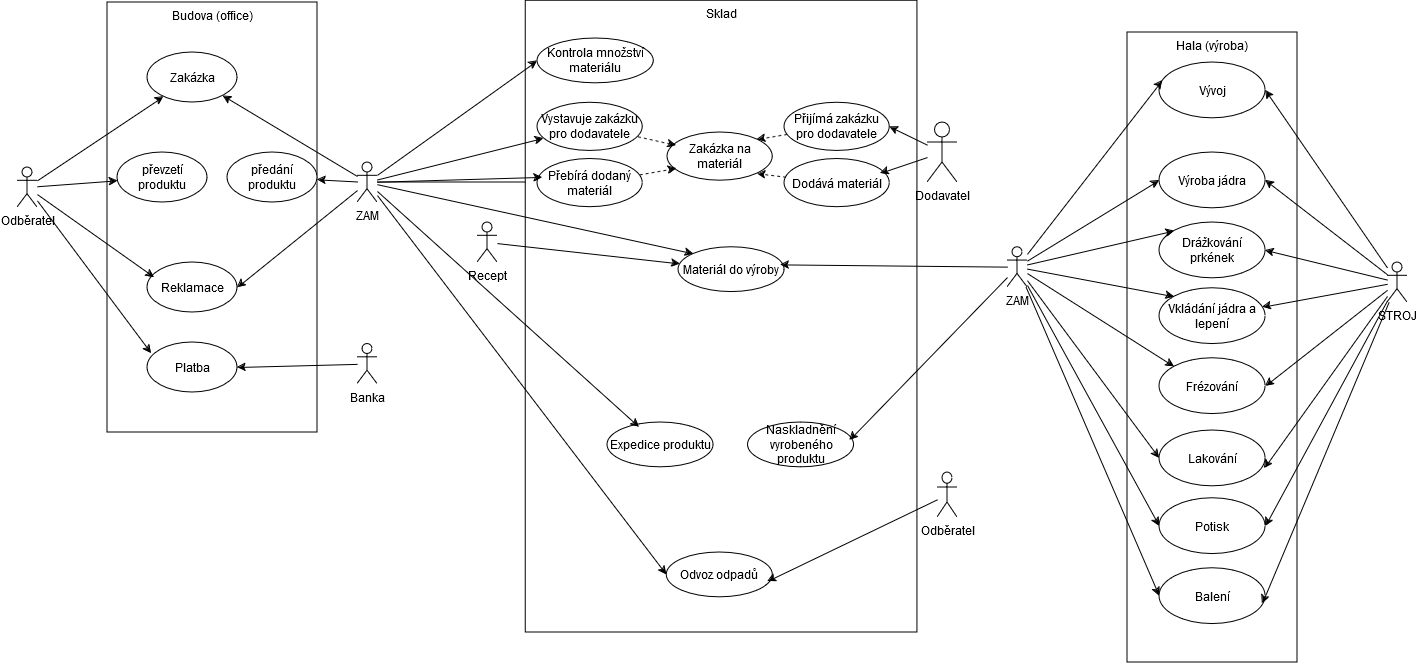
The draw.io diagram SW_ING/Tužka_usecase.png in KarelMasa/pg, before a commit. Source tidied: cells renumbered, new cells last; positions are measured from the earlier drawing's top-left corner, leaving out a move shared by most shapes.
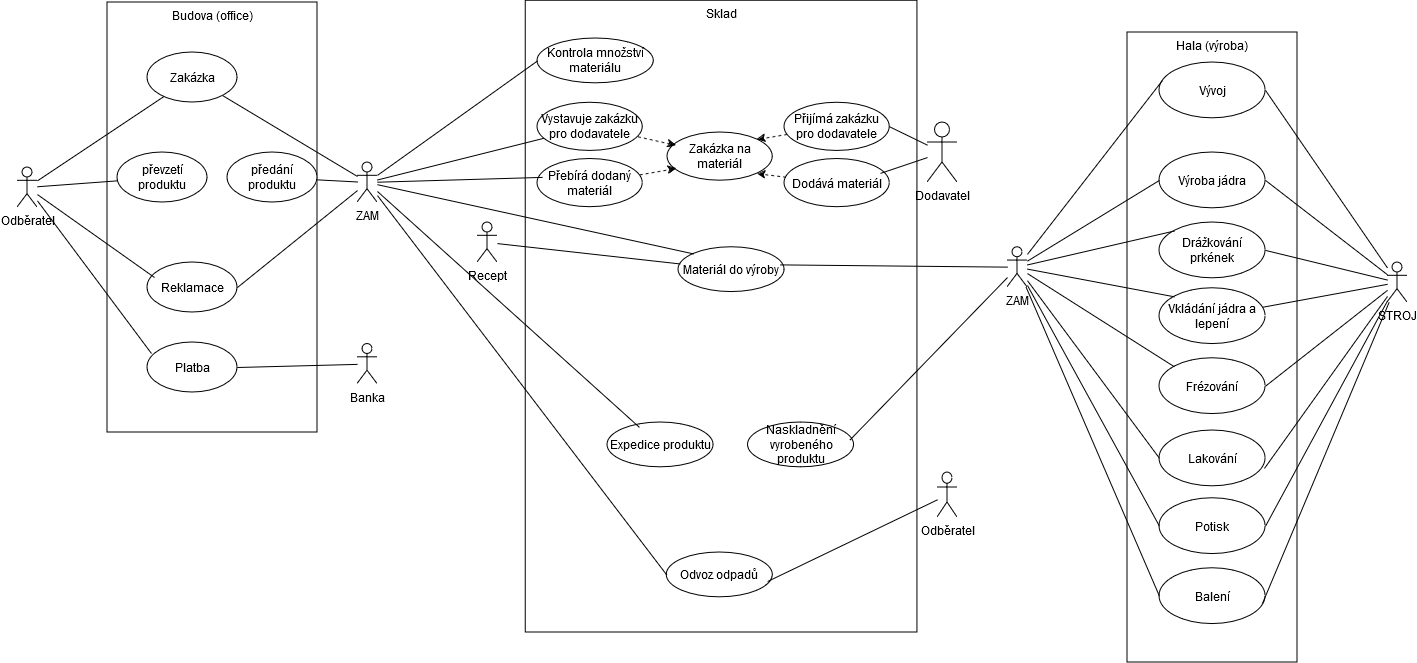
Later version of the same file.

The edit, as a diff of the source:
```diff
@@ -53,36 +53,33 @@
     <mxCell id="18" value="předání produktu" style="ellipse;whiteSpace=wrap;html=1;" parent="12" vertex="1">
       <mxGeometry x="120" y="150" width="90" height="50" as="geometry" />
     </mxCell>
-    <mxCell id="19" style="rounded=0;jettySize=auto;html=1;" parent="1" edge="1" source="26" target="15">
+    <mxCell id="19" style="rounded=0;jettySize=auto;html=1;endArrow=none;endFill=0;" parent="1" edge="1" source="26" target="15">
       <mxGeometry relative="1" as="geometry" />
     </mxCell>
-    <mxCell id="20" style="rounded=0;jettySize=auto;html=1;" parent="1" edge="1" source="26" target="14">
+    <mxCell id="20" style="rounded=0;jettySize=auto;html=1;endArrow=none;endFill=0;" parent="1" edge="1" source="26" target="14">
       <mxGeometry relative="1" as="geometry" />
     </mxCell>
     <mxCell id="21" value="Recept" style="shape=umlActor;verticalLabelPosition=bottom;verticalAlign=top;html=1;" parent="1" vertex="1">
       <mxGeometry x="460" y="222" width="20" height="40" as="geometry" />
     </mxCell>
-    <mxCell id="22" style="rounded=0;jettySize=auto;html=1;" parent="1" edge="1" source="29" target="15">
+    <mxCell id="22" style="rounded=0;jettySize=auto;html=1;startArrow=none;startFill=0;endArrow=none;endFill=0;" parent="1" edge="1" source="29" target="15">
       <mxGeometry relative="1" as="geometry" />
     </mxCell>
-    <mxCell id="23" style="rounded=0;jettySize=auto;html=1;entryX=1;entryY=0.5;entryDx=0;entryDy=0;" parent="1" edge="1" source="29" target="16">
+    <mxCell id="23" style="rounded=0;jettySize=auto;html=1;entryX=1;entryY=0.5;entryDx=0;entryDy=0;startArrow=none;startFill=0;endArrow=none;endFill=0;" parent="1" edge="1" source="29" target="16">
       <mxGeometry relative="1" as="geometry" />
     </mxCell>
-    <mxCell id="24" style="rounded=0;jettySize=auto;html=1;entryX=0.078;entryY=0.3;entryDx=0;entryDy=0;entryPerimeter=0;" parent="1" edge="1" source="26" target="16">
+    <mxCell id="24" style="rounded=0;jettySize=auto;html=1;entryX=0.078;entryY=0.3;entryDx=0;entryDy=0;entryPerimeter=0;endArrow=none;endFill=0;" parent="1" edge="1" source="26" target="16">
       <mxGeometry relative="1" as="geometry" />
     </mxCell>
-    <mxCell id="25" style="rounded=0;jettySize=auto;html=1;entryX=0.044;entryY=0.22;entryDx=0;entryDy=0;entryPerimeter=0;" parent="1" edge="1" source="26" target="17">
+    <mxCell id="25" style="rounded=0;jettySize=auto;html=1;entryX=0.044;entryY=0.22;entryDx=0;entryDy=0;entryPerimeter=0;endArrow=none;endFill=0;" parent="1" edge="1" source="26" target="17">
       <mxGeometry relative="1" as="geometry" />
     </mxCell>
     <mxCell id="26" value="&lt;div&gt;Odběratel&lt;/div&gt;&lt;div&gt;&lt;br&gt;&lt;/div&gt;" style="shape=umlActor;verticalLabelPosition=bottom;verticalAlign=top;html=1;" parent="1" vertex="1">
       <mxGeometry y="167" width="20" height="40" as="geometry" />
     </mxCell>
-    <mxCell id="27" style="rounded=0;jettySize=auto;html=1;" parent="1" edge="1" source="29" target="18">
+    <mxCell id="27" style="rounded=0;jettySize=auto;html=1;startArrow=none;startFill=0;endArrow=none;endFill=0;" parent="1" edge="1" source="29" target="18">
       <mxGeometry relative="1" as="geometry" />
     </mxCell>
-    <mxCell id="28" style="edgeStyle=orthogonalEdgeStyle;rounded=0;jettySize=auto;html=1;entryX=0;entryY=0;entryDx=0;entryDy=0;" parent="1" edge="1" source="29" target="42">
-      <mxGeometry relative="1" as="geometry" />
-    </mxCell>
     <mxCell id="29" value="ZAM" style="shape=umlActor;verticalLabelPosition=bottom;verticalAlign=top;html=1;" parent="1" vertex="1">
       <mxGeometry x="340" y="162" width="20" height="40" as="geometry" />
     </mxCell>
@@ -134,106 +131,106 @@
     <mxCell id="45" style="rounded=0;jettySize=auto;html=1;entryX=0.086;entryY=0.747;entryDx=0;entryDy=0;entryPerimeter=0;dashed=1;" parent="30" edge="1" source="39" target="43">
       <mxGeometry relative="1" as="geometry" />
     </mxCell>
-    <mxCell id="46" style="rounded=0;jettySize=auto;html=1;entryX=0;entryY=0.5;entryDx=0;entryDy=0;" parent="1" edge="1" source="53" target="4">
+    <mxCell id="46" style="rounded=0;jettySize=auto;html=1;entryX=0;entryY=0.5;entryDx=0;entryDy=0;startArrow=none;startFill=0;endArrow=none;endFill=0;" parent="1" edge="1" source="53" target="4">
       <mxGeometry relative="1" as="geometry" />
     </mxCell>
-    <mxCell id="47" style="rounded=0;jettySize=auto;html=1;entryX=0;entryY=0;entryDx=0;entryDy=0;" parent="1" edge="1" source="53" target="5">
+    <mxCell id="47" style="rounded=0;jettySize=auto;html=1;entryX=0;entryY=0;entryDx=0;entryDy=0;startArrow=none;startFill=0;endArrow=none;endFill=0;" parent="1" edge="1" source="53" target="5">
       <mxGeometry relative="1" as="geometry" />
     </mxCell>
-    <mxCell id="48" style="rounded=0;jettySize=auto;html=1;entryX=0;entryY=0;entryDx=0;entryDy=0;" parent="1" edge="1" source="53" target="6">
+    <mxCell id="48" style="rounded=0;jettySize=auto;html=1;entryX=0;entryY=0;entryDx=0;entryDy=0;startArrow=none;startFill=0;endArrow=none;endFill=0;" parent="1" edge="1" source="53" target="6">
       <mxGeometry relative="1" as="geometry" />
     </mxCell>
-    <mxCell id="49" style="rounded=0;jettySize=auto;html=1;entryX=0;entryY=0;entryDx=0;entryDy=0;" parent="1" edge="1" source="53" target="7">
+    <mxCell id="49" style="rounded=0;jettySize=auto;html=1;entryX=0;entryY=0;entryDx=0;entryDy=0;startArrow=none;startFill=0;endArrow=none;endFill=0;" parent="1" edge="1" source="53" target="7">
       <mxGeometry relative="1" as="geometry" />
     </mxCell>
-    <mxCell id="50" style="rounded=0;jettySize=auto;html=1;entryX=0;entryY=0.5;entryDx=0;entryDy=0;" parent="1" edge="1" source="53" target="10">
+    <mxCell id="50" style="rounded=0;jettySize=auto;html=1;entryX=0;entryY=0.5;entryDx=0;entryDy=0;startArrow=none;startFill=0;endArrow=none;endFill=0;" parent="1" edge="1" source="53" target="10">
       <mxGeometry relative="1" as="geometry" />
     </mxCell>
-    <mxCell id="51" style="rounded=0;jettySize=auto;html=1;entryX=0;entryY=0.5;entryDx=0;entryDy=0;" parent="1" edge="1" source="53" target="9">
+    <mxCell id="51" style="rounded=0;jettySize=auto;html=1;entryX=0;entryY=0.5;entryDx=0;entryDy=0;startArrow=none;startFill=0;endArrow=none;endFill=0;" parent="1" edge="1" source="53" target="9">
       <mxGeometry relative="1" as="geometry" />
     </mxCell>
-    <mxCell id="52" style="rounded=0;jettySize=auto;html=1;entryX=0;entryY=0.5;entryDx=0;entryDy=0;" parent="1" edge="1" source="53" target="8">
+    <mxCell id="52" style="rounded=0;jettySize=auto;html=1;entryX=0;entryY=0.5;entryDx=0;entryDy=0;startArrow=none;startFill=0;endArrow=none;endFill=0;" parent="1" edge="1" source="53" target="8">
       <mxGeometry relative="1" as="geometry" />
     </mxCell>
     <mxCell id="53" value="ZAM" style="shape=umlActor;verticalLabelPosition=bottom;verticalAlign=top;html=1;" parent="1" vertex="1">
       <mxGeometry x="990" y="246.7" width="20" height="40" as="geometry" />
     </mxCell>
-    <mxCell id="54" style="rounded=0;jettySize=auto;html=1;entryX=0;entryY=0.5;entryDx=0;entryDy=0;" parent="1" edge="1" source="29" target="33">
+    <mxCell id="54" style="rounded=0;jettySize=auto;html=1;entryX=0;entryY=0.5;entryDx=0;entryDy=0;startArrow=none;startFill=0;endArrow=none;endFill=0;" parent="1" edge="1" source="29" target="33">
       <mxGeometry relative="1" as="geometry" />
     </mxCell>
-    <mxCell id="55" style="rounded=0;jettySize=auto;html=1;entryX=1;entryY=0.5;entryDx=0;entryDy=0;" parent="1" edge="1" source="56" target="36">
+    <mxCell id="55" style="rounded=0;jettySize=auto;html=1;entryX=1;entryY=0.5;entryDx=0;entryDy=0;startArrow=none;startFill=0;endArrow=none;endFill=0;" parent="1" edge="1" source="56" target="36">
       <mxGeometry relative="1" as="geometry" />
     </mxCell>
     <mxCell id="56" value="Dodavatel" style="shape=umlActor;verticalLabelPosition=bottom;verticalAlign=top;html=1;" parent="1" vertex="1">
       <mxGeometry x="910" y="122" width="30" height="60" as="geometry" />
     </mxCell>
-    <mxCell id="57" style="rounded=0;jettySize=auto;html=1;" parent="1" edge="1" source="29" target="34">
+    <mxCell id="57" style="rounded=0;jettySize=auto;html=1;startArrow=none;startFill=0;endArrow=none;endFill=0;" parent="1" edge="1" source="29" target="34">
       <mxGeometry relative="1" as="geometry" />
     </mxCell>
-    <mxCell id="58" style="rounded=0;jettySize=auto;html=1;entryX=0.048;entryY=0.383;entryDx=0;entryDy=0;entryPerimeter=0;" parent="1" edge="1" source="29" target="39">
+    <mxCell id="58" style="rounded=0;jettySize=auto;html=1;entryX=0.048;entryY=0.383;entryDx=0;entryDy=0;entryPerimeter=0;startArrow=none;startFill=0;endArrow=none;endFill=0;" parent="1" edge="1" source="29" target="39">
       <mxGeometry relative="1" as="geometry" />
     </mxCell>
-    <mxCell id="59" style="rounded=0;jettySize=auto;html=1;entryX=0.912;entryY=0.3;entryDx=0;entryDy=0;entryPerimeter=0;" parent="1" edge="1" source="56" target="38">
+    <mxCell id="59" style="rounded=0;jettySize=auto;html=1;entryX=0.912;entryY=0.3;entryDx=0;entryDy=0;entryPerimeter=0;startArrow=none;startFill=0;endArrow=none;endFill=0;" parent="1" edge="1" source="56" target="38">
       <mxGeometry relative="1" as="geometry" />
     </mxCell>
-    <mxCell id="60" style="rounded=0;jettySize=auto;html=1;" parent="1" edge="1" source="21" target="32">
+    <mxCell id="60" style="rounded=0;jettySize=auto;html=1;startArrow=none;startFill=0;endArrow=none;endFill=0;" parent="1" edge="1" source="21" target="32">
       <mxGeometry relative="1" as="geometry" />
     </mxCell>
-    <mxCell id="61" style="rounded=0;jettySize=auto;html=1;entryX=0;entryY=0;entryDx=0;entryDy=0;" parent="1" edge="1" source="29" target="32">
+    <mxCell id="61" style="rounded=0;jettySize=auto;html=1;entryX=0;entryY=0;entryDx=0;entryDy=0;startArrow=none;startFill=0;endArrow=none;endFill=0;" parent="1" edge="1" source="29" target="32">
       <mxGeometry relative="1" as="geometry" />
     </mxCell>
-    <mxCell id="62" style="rounded=0;jettySize=auto;html=1;entryX=0.028;entryY=0.323;entryDx=0;entryDy=0;entryPerimeter=0;" parent="1" edge="1" source="53" target="11">
+    <mxCell id="62" style="rounded=0;jettySize=auto;html=1;entryX=0.028;entryY=0.323;entryDx=0;entryDy=0;entryPerimeter=0;startArrow=none;startFill=0;endArrow=none;endFill=0;" parent="1" edge="1" source="53" target="11">
       <mxGeometry relative="1" as="geometry" />
     </mxCell>
-    <mxCell id="63" style="rounded=0;jettySize=auto;html=1;entryX=0.962;entryY=0.394;entryDx=0;entryDy=0;entryPerimeter=0;" parent="1" edge="1" source="53" target="32">
+    <mxCell id="63" style="rounded=0;jettySize=auto;html=1;entryX=0.962;entryY=0.394;entryDx=0;entryDy=0;entryPerimeter=0;startArrow=none;startFill=0;endArrow=none;endFill=0;" parent="1" edge="1" source="53" target="32">
       <mxGeometry relative="1" as="geometry" />
     </mxCell>
-    <mxCell id="64" style="rounded=0;jettySize=auto;html=1;entryX=0.96;entryY=0.394;entryDx=0;entryDy=0;entryPerimeter=0;" parent="1" edge="1" source="53" target="40">
+    <mxCell id="64" style="rounded=0;jettySize=auto;html=1;entryX=0.96;entryY=0.394;entryDx=0;entryDy=0;entryPerimeter=0;startArrow=none;startFill=0;endArrow=none;endFill=0;" parent="1" edge="1" source="53" target="40">
       <mxGeometry relative="1" as="geometry" />
     </mxCell>
-    <mxCell id="65" style="rounded=0;jettySize=auto;html=1;entryX=0.301;entryY=0.108;entryDx=0;entryDy=0;entryPerimeter=0;" parent="1" edge="1" source="29" target="42">
+    <mxCell id="65" style="rounded=0;jettySize=auto;html=1;entryX=0.301;entryY=0.108;entryDx=0;entryDy=0;entryPerimeter=0;startArrow=none;startFill=0;endArrow=none;endFill=0;" parent="1" edge="1" source="29" target="42">
       <mxGeometry relative="1" as="geometry" />
     </mxCell>
-    <mxCell id="66" style="rounded=0;jettySize=auto;html=1;entryX=0;entryY=0.5;entryDx=0;entryDy=0;" parent="1" edge="1" source="29" target="41">
+    <mxCell id="66" style="rounded=0;jettySize=auto;html=1;entryX=0;entryY=0.5;entryDx=0;entryDy=0;startArrow=none;startFill=0;endArrow=none;endFill=0;" parent="1" edge="1" source="29" target="41">
       <mxGeometry relative="1" as="geometry" />
     </mxCell>
-    <mxCell id="67" style="rounded=0;jettySize=auto;html=1;entryX=1;entryY=0.5;entryDx=0;entryDy=0;" parent="1" edge="1" source="68" target="17">
+    <mxCell id="67" style="rounded=0;jettySize=auto;html=1;entryX=1;entryY=0.5;entryDx=0;entryDy=0;startArrow=none;startFill=0;endArrow=none;endFill=0;" parent="1" edge="1" source="68" target="17">
       <mxGeometry relative="1" as="geometry" />
     </mxCell>
     <mxCell id="68" value="Banka" style="shape=umlActor;verticalLabelPosition=bottom;verticalAlign=top;html=1;" parent="1" vertex="1">
       <mxGeometry x="340" y="343.6" width="20" height="40" as="geometry" />
     </mxCell>
-    <mxCell id="69" style="rounded=0;jettySize=auto;html=1;entryX=1;entryY=0.5;entryDx=0;entryDy=0;" parent="1" edge="1" source="75" target="11">
+    <mxCell id="69" style="rounded=0;jettySize=auto;html=1;entryX=1;entryY=0.5;entryDx=0;entryDy=0;startArrow=none;startFill=0;endArrow=none;endFill=0;" parent="1" edge="1" source="75" target="11">
       <mxGeometry relative="1" as="geometry" />
     </mxCell>
-    <mxCell id="70" style="rounded=0;jettySize=auto;html=1;entryX=1;entryY=0.5;entryDx=0;entryDy=0;" parent="1" edge="1" source="75" target="4">
+    <mxCell id="70" style="rounded=0;jettySize=auto;html=1;entryX=1;entryY=0.5;entryDx=0;entryDy=0;startArrow=none;startFill=0;endArrow=none;endFill=0;" parent="1" edge="1" source="75" target="4">
       <mxGeometry relative="1" as="geometry" />
     </mxCell>
-    <mxCell id="71" style="rounded=0;jettySize=auto;html=1;entryX=1;entryY=0.5;entryDx=0;entryDy=0;" parent="1" edge="1" source="75" target="5">
+    <mxCell id="71" style="rounded=0;jettySize=auto;html=1;entryX=1;entryY=0.5;entryDx=0;entryDy=0;startArrow=none;startFill=0;endArrow=none;endFill=0;" parent="1" edge="1" source="75" target="5">
       <mxGeometry relative="1" as="geometry" />
     </mxCell>
-    <mxCell id="72" style="rounded=0;jettySize=auto;html=1;" parent="1" edge="1" source="75" target="6">
+    <mxCell id="72" style="rounded=0;jettySize=auto;html=1;startArrow=none;startFill=0;endArrow=none;endFill=0;" parent="1" edge="1" source="75" target="6">
       <mxGeometry relative="1" as="geometry" />
     </mxCell>
-    <mxCell id="73" style="rounded=0;jettySize=auto;html=1;entryX=1;entryY=0.5;entryDx=0;entryDy=0;" parent="1" edge="1" source="75" target="7">
+    <mxCell id="73" style="rounded=0;jettySize=auto;html=1;entryX=1;entryY=0.5;entryDx=0;entryDy=0;startArrow=none;startFill=0;endArrow=none;endFill=0;" parent="1" edge="1" source="75" target="7">
       <mxGeometry relative="1" as="geometry" />
     </mxCell>
-    <mxCell id="74" style="rounded=0;jettySize=auto;html=1;entryX=1;entryY=0.5;entryDx=0;entryDy=0;" parent="1" edge="1" source="75" target="9">
+    <mxCell id="74" style="rounded=0;jettySize=auto;html=1;entryX=1;entryY=0.5;entryDx=0;entryDy=0;startArrow=none;startFill=0;endArrow=none;endFill=0;" parent="1" edge="1" source="75" target="9">
       <mxGeometry relative="1" as="geometry" />
     </mxCell>
     <mxCell id="75" value="STROJ" style="shape=umlActor;verticalLabelPosition=bottom;verticalAlign=top;html=1;" parent="1" vertex="1">
       <mxGeometry x="1370" y="262" width="20" height="40" as="geometry" />
     </mxCell>
-    <mxCell id="76" style="rounded=0;jettySize=auto;html=1;entryX=0.99;entryY=0.682;entryDx=0;entryDy=0;entryPerimeter=0;" parent="1" edge="1" source="75" target="10">
+    <mxCell id="76" style="rounded=0;jettySize=auto;html=1;entryX=0.99;entryY=0.682;entryDx=0;entryDy=0;entryPerimeter=0;startArrow=none;startFill=0;endArrow=none;endFill=0;" parent="1" edge="1" source="75" target="10">
       <mxGeometry relative="1" as="geometry" />
     </mxCell>
-    <mxCell id="77" style="rounded=0;jettySize=auto;html=1;entryX=0.971;entryY=0.631;entryDx=0;entryDy=0;entryPerimeter=0;" parent="1" edge="1" source="75" target="8">
+    <mxCell id="77" style="rounded=0;jettySize=auto;html=1;entryX=0.971;entryY=0.631;entryDx=0;entryDy=0;entryPerimeter=0;startArrow=none;startFill=0;endArrow=none;endFill=0;" parent="1" edge="1" source="75" target="8">
       <mxGeometry relative="1" as="geometry" />
     </mxCell>
     <mxCell id="78" value="Odběratel" style="shape=umlActor;verticalLabelPosition=bottom;verticalAlign=top;html=1;" parent="1" vertex="1">
       <mxGeometry x="920" y="472" width="20" height="45" as="geometry" />
     </mxCell>
-    <mxCell id="79" style="rounded=0;jettySize=auto;html=1;entryX=0.952;entryY=0.647;entryDx=0;entryDy=0;entryPerimeter=0;" parent="1" edge="1" source="78" target="41">
+    <mxCell id="79" style="rounded=0;jettySize=auto;html=1;entryX=0.952;entryY=0.647;entryDx=0;entryDy=0;entryPerimeter=0;startArrow=none;startFill=0;endArrow=none;endFill=0;" parent="1" edge="1" source="78" target="41">
       <mxGeometry relative="1" as="geometry" />
     </mxCell>
   </root>
```
